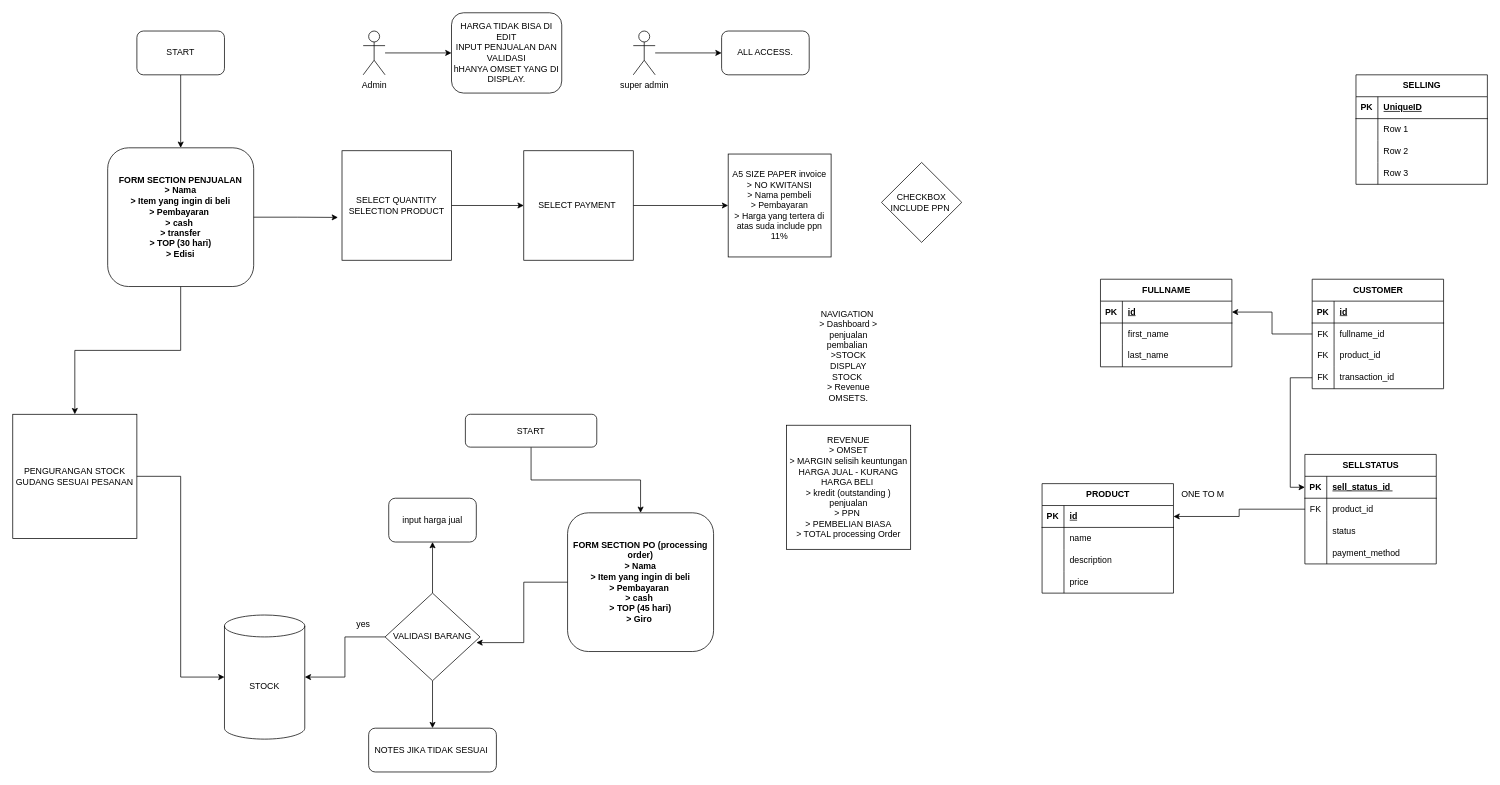
azzaky9/feature-docs keeps this draw.io diagram as flow.drawio. Above is the earlier version. Source tidied: cells renumbered, new cells numbered last; positions are measured from the earlier drawing's top-left corner, leaving out a move shared by most shapes. Both pictures are drawn from the tidied source at 73%, with x=0, y=0 at pixel (12, 12).
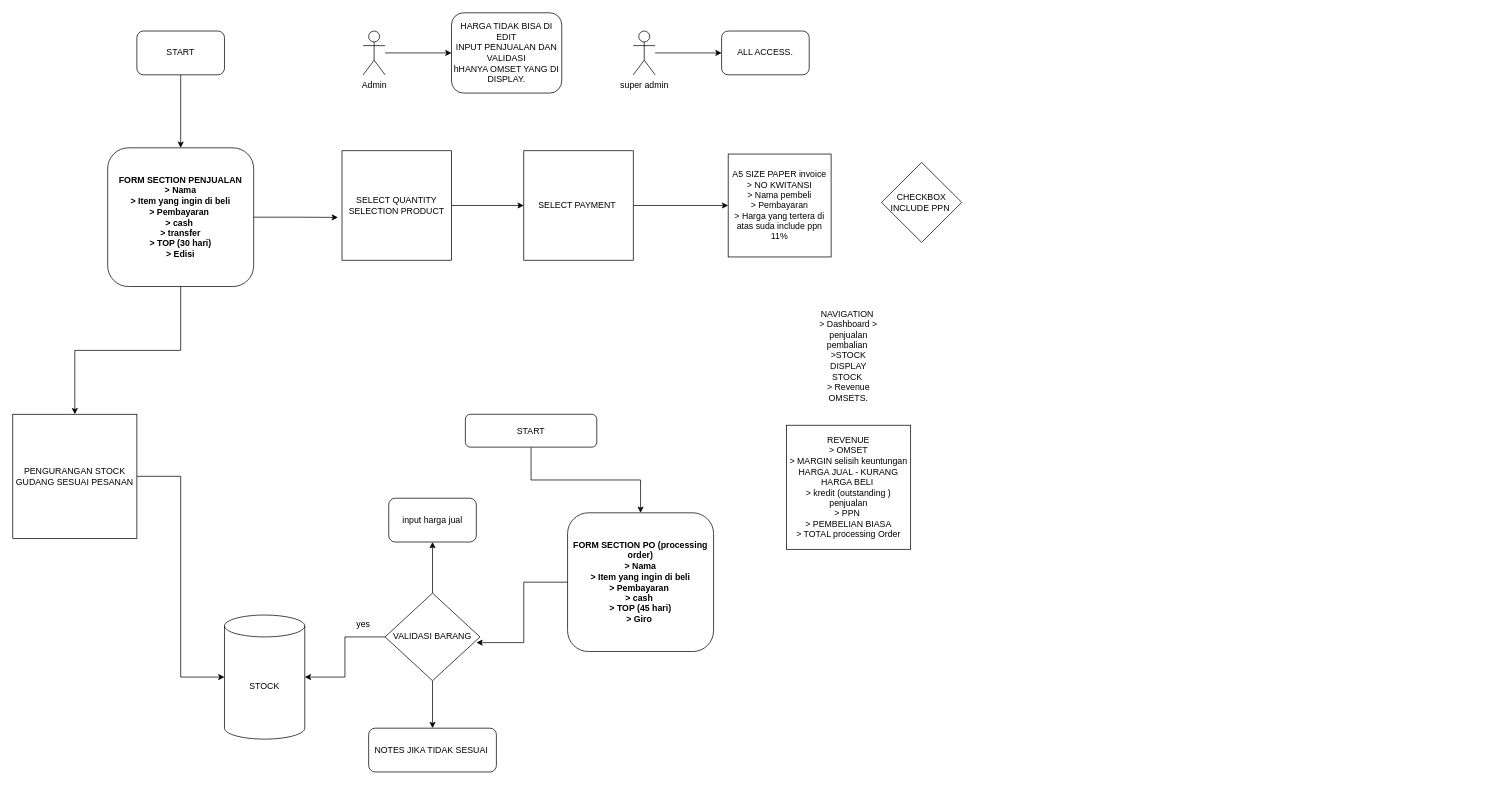
The same page after the edit.

What changed in the source:
```diff
@@
-    <mxCell id="36" style="edgeStyle=orthogonalEdgeStyle;rounded=0;jettySize=auto;html=1;entryX=1;entryY=0.5;entryDx=0;entryDy=0;" parent="1" edge="1" source="37" target="77">
-      <mxGeometry relative="1" as="geometry" />
-    </mxCell>
-    <mxCell id="37" value="CUSTOMER" style="shape=table;startSize=30;childLayout=tableLayout;rowLines=0;fontStyle=1;align=center;html=1;" parent="1" vertex="1">
-      <mxGeometry x="1780" y="365" width="180" height="150" as="geometry" />
-    </mxCell>
-    <mxCell id="38" style="shape=tableRow;horizontal=0;startSize=0;swimlaneHead=0;swimlaneBody=0;fillColor=none;top=0;left=0;right=0;bottom=1;" parent="37" vertex="1">
-      <mxGeometry y="30" width="180" height="30" as="geometry" />
-    </mxCell>
-    <mxCell id="39" value="PK" style="shape=partialRectangle;fillColor=none;top=0;left=0;bottom=0;right=0;fontStyle=1;overflow=hidden;whiteSpace=wrap;html=1;" parent="38" vertex="1">
-      <mxGeometry width="30" height="30" as="geometry" />
-    </mxCell>
-    <mxCell id="40" value="id" style="shape=partialRectangle;fillColor=none;top=0;left=0;bottom=0;right=0;align=left;spacingLeft=6;fontStyle=5;overflow=hidden;whiteSpace=wrap;html=1;" parent="38" vertex="1">
-      <mxGeometry x="30" width="150" height="30" as="geometry" />
-    </mxCell>
-    <mxCell id="41" style="shape=tableRow;horizontal=0;startSize=0;swimlaneHead=0;swimlaneBody=0;fillColor=none;top=0;left=0;right=0;bottom=0;" parent="37" vertex="1">
-      <mxGeometry y="60" width="180" height="30" as="geometry" />
-    </mxCell>
-    <mxCell id="42" value="FK" style="shape=partialRectangle;fillColor=none;top=0;left=0;bottom=0;right=0;overflow=hidden;whiteSpace=wrap;html=1;" parent="41" vertex="1">
-      <mxGeometry width="30" height="30" as="geometry" />
-    </mxCell>
-    <mxCell id="43" value="fullname_id" style="shape=partialRectangle;fillColor=none;top=0;left=0;bottom=0;right=0;align=left;spacingLeft=6;overflow=hidden;whiteSpace=wrap;html=1;" parent="41" vertex="1">
-      <mxGeometry x="30" width="150" height="30" as="geometry" />
-    </mxCell>
-    <mxCell id="44" style="shape=tableRow;horizontal=0;startSize=0;swimlaneHead=0;swimlaneBody=0;fillColor=none;top=0;left=0;right=0;bottom=0;" parent="37" vertex="1">
-      <mxGeometry y="90" width="180" height="30" as="geometry" />
-    </mxCell>
-    <mxCell id="45" value="FK" style="shape=partialRectangle;fillColor=none;top=0;left=0;bottom=0;right=0;overflow=hidden;whiteSpace=wrap;html=1;" parent="44" vertex="1">
-      <mxGeometry width="30" height="30" as="geometry" />
-    </mxCell>
-    <mxCell id="46" value="product_id" style="shape=partialRectangle;fillColor=none;top=0;left=0;bottom=0;right=0;align=left;spacingLeft=6;overflow=hidden;whiteSpace=wrap;html=1;" parent="44" vertex="1">
-      <mxGeometry x="30" width="150" height="30" as="geometry" />
-    </mxCell>
-    <mxCell id="47" style="shape=tableRow;horizontal=0;startSize=0;swimlaneHead=0;swimlaneBody=0;fillColor=none;points=[[0,0.5],[1,0.5]];portConstraint=eastwest;top=0;left=0;right=0;bottom=0;" parent="37" vertex="1">
-      <mxGeometry y="120" width="180" height="30" as="geometry" />
-    </mxCell>
-    <mxCell id="48" value="FK" style="shape=partialRectangle;fillColor=none;top=0;left=0;bottom=0;right=0;overflow=hidden;whiteSpace=wrap;html=1;" parent="47" vertex="1">
-      <mxGeometry width="30" height="30" as="geometry" />
-    </mxCell>
-    <mxCell id="49" value="transaction_id&lt;br&gt;" style="shape=partialRectangle;fillColor=none;top=0;left=0;bottom=0;right=0;align=left;spacingLeft=6;overflow=hidden;whiteSpace=wrap;html=1;" parent="47" vertex="1">
-      <mxGeometry x="30" width="150" height="30" as="geometry" />
-    </mxCell>
-    <mxCell id="50" value="PRODUCT" style="shape=table;startSize=30;childLayout=tableLayout;rowLines=0;fontStyle=1;align=center;html=1;" parent="1" vertex="1">
-      <mxGeometry x="1410" y="645" width="180" height="150" as="geometry" />
-    </mxCell>
-    <mxCell id="51" style="shape=tableRow;horizontal=0;startSize=0;swimlaneHead=0;swimlaneBody=0;fillColor=none;points=[[0,0.5],[1,0.5]];portConstraint=eastwest;top=0;left=0;right=0;bottom=1;" parent="50" vertex="1">
-      <mxGeometry y="30" width="180" height="30" as="geometry" />
-    </mxCell>
-    <mxCell id="52" value="PK" style="shape=partialRectangle;fillColor=none;top=0;left=0;bottom=0;right=0;fontStyle=1;overflow=hidden;whiteSpace=wrap;html=1;" parent="51" vertex="1">
-      <mxGeometry width="30" height="30" as="geometry" />
-    </mxCell>
-    <mxCell id="53" value="id" style="shape=partialRectangle;fillColor=none;top=0;left=0;bottom=0;right=0;align=left;spacingLeft=6;fontStyle=5;overflow=hidden;whiteSpace=wrap;html=1;" parent="51" vertex="1">
-      <mxGeometry x="30" width="150" height="30" as="geometry" />
-    </mxCell>
-    <mxCell id="54" style="shape=tableRow;horizontal=0;startSize=0;swimlaneHead=0;swimlaneBody=0;fillColor=none;top=0;left=0;right=0;bottom=0;" parent="50" vertex="1">
-      <mxGeometry y="60" width="180" height="30" as="geometry" />
-    </mxCell>
-    <mxCell id="55" style="shape=partialRectangle;fillColor=none;top=0;left=0;bottom=0;right=0;overflow=hidden;whiteSpace=wrap;html=1;" parent="54" vertex="1">
-      <mxGeometry width="30" height="30" as="geometry" />
-    </mxCell>
-    <mxCell id="56" value="name" style="shape=partialRectangle;fillColor=none;top=0;left=0;bottom=0;right=0;align=left;spacingLeft=6;overflow=hidden;whiteSpace=wrap;html=1;" parent="54" vertex="1">
-      <mxGeometry x="30" width="150" height="30" as="geometry" />
-    </mxCell>
-    <mxCell id="57" style="shape=tableRow;horizontal=0;startSize=0;swimlaneHead=0;swimlaneBody=0;fillColor=none;top=0;left=0;right=0;bottom=0;" parent="50" vertex="1">
-      <mxGeometry y="90" width="180" height="30" as="geometry" />
-    </mxCell>
-    <mxCell id="58" style="shape=partialRectangle;fillColor=none;top=0;left=0;bottom=0;right=0;overflow=hidden;whiteSpace=wrap;html=1;" parent="57" vertex="1">
-      <mxGeometry width="30" height="30" as="geometry" />
-    </mxCell>
-    <mxCell id="59" value="description" style="shape=partialRectangle;fillColor=none;top=0;left=0;bottom=0;right=0;align=left;spacingLeft=6;overflow=hidden;whiteSpace=wrap;html=1;" parent="57" vertex="1">
-      <mxGeometry x="30" width="150" height="30" as="geometry" />
-    </mxCell>
-    <mxCell id="60" style="shape=tableRow;horizontal=0;startSize=0;swimlaneHead=0;swimlaneBody=0;fillColor=none;top=0;left=0;right=0;bottom=0;" parent="50" vertex="1">
-      <mxGeometry y="120" width="180" height="30" as="geometry" />
-    </mxCell>
-    <mxCell id="61" style="shape=partialRectangle;fillColor=none;top=0;left=0;bottom=0;right=0;overflow=hidden;whiteSpace=wrap;html=1;" parent="60" vertex="1">
-      <mxGeometry width="30" height="30" as="geometry" />
-    </mxCell>
-    <mxCell id="62" value="price" style="shape=partialRectangle;fillColor=none;top=0;left=0;bottom=0;right=0;align=left;spacingLeft=6;overflow=hidden;whiteSpace=wrap;html=1;" parent="60" vertex="1">
-      <mxGeometry x="30" width="150" height="30" as="geometry" />
-    </mxCell>
-    <mxCell id="63" value="SELLING" style="shape=table;startSize=30;childLayout=tableLayout;rowLines=0;fontStyle=1;align=center;html=1;" parent="1" vertex="1">
-      <mxGeometry x="1840" y="85" width="180" height="150" as="geometry" />
-    </mxCell>
-    <mxCell id="64" style="shape=tableRow;horizontal=0;startSize=0;swimlaneHead=0;swimlaneBody=0;fillColor=none;top=0;left=0;right=0;bottom=1;" parent="63" vertex="1">
-      <mxGeometry y="30" width="180" height="30" as="geometry" />
-    </mxCell>
-    <mxCell id="65" value="PK" style="shape=partialRectangle;fillColor=none;top=0;left=0;bottom=0;right=0;fontStyle=1;overflow=hidden;whiteSpace=wrap;html=1;" parent="64" vertex="1">
-      <mxGeometry width="30" height="30" as="geometry" />
-    </mxCell>
-    <mxCell id="66" value="UniqueID" style="shape=partialRectangle;fillColor=none;top=0;left=0;bottom=0;right=0;align=left;spacingLeft=6;fontStyle=5;overflow=hidden;whiteSpace=wrap;html=1;" parent="64" vertex="1">
-      <mxGeometry x="30" width="150" height="30" as="geometry" />
-    </mxCell>
-    <mxCell id="67" style="shape=tableRow;horizontal=0;startSize=0;swimlaneHead=0;swimlaneBody=0;fillColor=none;top=0;left=0;right=0;bottom=0;" parent="63" vertex="1">
-      <mxGeometry y="60" width="180" height="30" as="geometry" />
-    </mxCell>
-    <mxCell id="68" style="shape=partialRectangle;fillColor=none;top=0;left=0;bottom=0;right=0;overflow=hidden;whiteSpace=wrap;html=1;" parent="67" vertex="1">
-      <mxGeometry width="30" height="30" as="geometry" />
-    </mxCell>
-    <mxCell id="69" value="Row 1" style="shape=partialRectangle;fillColor=none;top=0;left=0;bottom=0;right=0;align=left;spacingLeft=6;overflow=hidden;whiteSpace=wrap;html=1;" parent="67" vertex="1">
-      <mxGeometry x="30" width="150" height="30" as="geometry" />
-    </mxCell>
-    <mxCell id="70" style="shape=tableRow;horizontal=0;startSize=0;swimlaneHead=0;swimlaneBody=0;fillColor=none;top=0;left=0;right=0;bottom=0;" parent="63" vertex="1">
-      <mxGeometry y="90" width="180" height="30" as="geometry" />
-    </mxCell>
-    <mxCell id="71" style="shape=partialRectangle;fillColor=none;top=0;left=0;bottom=0;right=0;overflow=hidden;whiteSpace=wrap;html=1;" parent="70" vertex="1">
-      <mxGeometry width="30" height="30" as="geometry" />
-    </mxCell>
-    <mxCell id="72" value="Row 2" style="shape=partialRectangle;fillColor=none;top=0;left=0;bottom=0;right=0;align=left;spacingLeft=6;overflow=hidden;whiteSpace=wrap;html=1;" parent="70" vertex="1">
-      <mxGeometry x="30" width="150" height="30" as="geometry" />
-    </mxCell>
-    <mxCell id="73" style="shape=tableRow;horizontal=0;startSize=0;swimlaneHead=0;swimlaneBody=0;fillColor=none;top=0;left=0;right=0;bottom=0;" parent="63" vertex="1">
-      <mxGeometry y="120" width="180" height="30" as="geometry" />
-    </mxCell>
-    <mxCell id="74" style="shape=partialRectangle;fillColor=none;top=0;left=0;bottom=0;right=0;overflow=hidden;whiteSpace=wrap;html=1;" parent="73" vertex="1">
-      <mxGeometry width="30" height="30" as="geometry" />
-    </mxCell>
-    <mxCell id="75" value="Row 3" style="shape=partialRectangle;fillColor=none;top=0;left=0;bottom=0;right=0;align=left;spacingLeft=6;overflow=hidden;whiteSpace=wrap;html=1;" parent="73" vertex="1">
-      <mxGeometry x="30" width="150" height="30" as="geometry" />
-    </mxCell>
-    <mxCell id="76" value="FULLNAME" style="shape=table;startSize=30;childLayout=tableLayout;rowLines=0;fontStyle=1;align=center;html=1;" parent="1" vertex="1">
-      <mxGeometry x="1490" y="365" width="180" height="120" as="geometry" />
-    </mxCell>
-    <mxCell id="77" style="shape=tableRow;horizontal=0;startSize=0;swimlaneHead=0;swimlaneBody=0;fillColor=none;points=[[0,0.5],[1,0.5]];portConstraint=eastwest;top=0;left=0;right=0;bottom=1;" parent="76" vertex="1">
-      <mxGeometry y="30" width="180" height="30" as="geometry" />
-    </mxCell>
-    <mxCell id="78" value="PK" style="shape=partialRectangle;fillColor=none;top=0;left=0;bottom=0;right=0;fontStyle=1;overflow=hidden;whiteSpace=wrap;html=1;" parent="77" vertex="1">
-      <mxGeometry width="30" height="30" as="geometry" />
-    </mxCell>
-    <mxCell id="79" value="id" style="shape=partialRectangle;fillColor=none;top=0;left=0;bottom=0;right=0;align=left;spacingLeft=6;fontStyle=5;overflow=hidden;whiteSpace=wrap;html=1;" parent="77" vertex="1">
-      <mxGeometry x="30" width="150" height="30" as="geometry" />
-    </mxCell>
-    <mxCell id="80" style="shape=tableRow;horizontal=0;startSize=0;swimlaneHead=0;swimlaneBody=0;fillColor=none;top=0;left=0;right=0;bottom=0;" parent="76" vertex="1">
-      <mxGeometry y="60" width="180" height="30" as="geometry" />
-    </mxCell>
-    <mxCell id="81" style="shape=partialRectangle;fillColor=none;top=0;left=0;bottom=0;right=0;overflow=hidden;whiteSpace=wrap;html=1;" parent="80" vertex="1">
-      <mxGeometry width="30" height="30" as="geometry" />
-    </mxCell>
-    <mxCell id="82" value="first_name&amp;nbsp;" style="shape=partialRectangle;fillColor=none;top=0;left=0;bottom=0;right=0;align=left;spacingLeft=6;overflow=hidden;whiteSpace=wrap;html=1;" parent="80" vertex="1">
-      <mxGeometry x="30" width="150" height="30" as="geometry" />
-    </mxCell>
-    <mxCell id="83" style="shape=tableRow;horizontal=0;startSize=0;swimlaneHead=0;swimlaneBody=0;fillColor=none;top=0;left=0;right=0;bottom=0;" parent="76" vertex="1">
-      <mxGeometry y="90" width="180" height="30" as="geometry" />
-    </mxCell>
-    <mxCell id="84" style="shape=partialRectangle;fillColor=none;top=0;left=0;bottom=0;right=0;overflow=hidden;whiteSpace=wrap;html=1;" parent="83" vertex="1">
-      <mxGeometry width="30" height="30" as="geometry" />
-    </mxCell>
-    <mxCell id="85" value="last_name" style="shape=partialRectangle;fillColor=none;top=0;left=0;bottom=0;right=0;align=left;spacingLeft=6;overflow=hidden;whiteSpace=wrap;html=1;" parent="83" vertex="1">
-      <mxGeometry x="30" width="150" height="30" as="geometry" />
-    </mxCell>
-    <mxCell id="86" value="SELLSTATUS" style="shape=table;startSize=30;childLayout=tableLayout;rowLines=0;fontStyle=1;align=center;html=1;" parent="1" vertex="1">
-      <mxGeometry x="1770" y="605" width="180" height="150" as="geometry" />
-    </mxCell>
-    <mxCell id="87" style="shape=tableRow;horizontal=0;startSize=0;swimlaneHead=0;swimlaneBody=0;fillColor=none;points=[[0,0.5],[1,0.5]];portConstraint=eastwest;top=0;left=0;right=0;bottom=1;" parent="86" vertex="1">
-      <mxGeometry y="30" width="180" height="30" as="geometry" />
-    </mxCell>
-    <mxCell id="88" value="PK" style="shape=partialRectangle;fillColor=none;top=0;left=0;bottom=0;right=0;fontStyle=1;overflow=hidden;whiteSpace=wrap;html=1;" parent="87" vertex="1">
-      <mxGeometry width="30" height="30" as="geometry" />
-    </mxCell>
-    <mxCell id="89" value="sell_status_id&amp;nbsp;" style="shape=partialRectangle;fillColor=none;top=0;left=0;bottom=0;right=0;align=left;spacingLeft=6;fontStyle=5;overflow=hidden;whiteSpace=wrap;html=1;" parent="87" vertex="1">
-      <mxGeometry x="30" width="150" height="30" as="geometry" />
-    </mxCell>
-    <mxCell id="90" style="shape=tableRow;horizontal=0;startSize=0;swimlaneHead=0;swimlaneBody=0;fillColor=none;points=[[0,0.5],[1,0.5]];portConstraint=eastwest;top=0;left=0;right=0;bottom=0;" parent="86" vertex="1">
-      <mxGeometry y="60" width="180" height="30" as="geometry" />
-    </mxCell>
-    <mxCell id="91" value="FK" style="shape=partialRectangle;fillColor=none;top=0;left=0;bottom=0;right=0;overflow=hidden;whiteSpace=wrap;html=1;" parent="90" vertex="1">
-      <mxGeometry width="30" height="30" as="geometry" />
-    </mxCell>
-    <mxCell id="92" value="product_id" style="shape=partialRectangle;fillColor=none;top=0;left=0;bottom=0;right=0;align=left;spacingLeft=6;overflow=hidden;whiteSpace=wrap;html=1;" parent="90" vertex="1">
-      <mxGeometry x="30" width="150" height="30" as="geometry" />
-    </mxCell>
-    <mxCell id="93" style="shape=tableRow;horizontal=0;startSize=0;swimlaneHead=0;swimlaneBody=0;fillColor=none;top=0;left=0;right=0;bottom=0;" parent="86" vertex="1">
-      <mxGeometry y="90" width="180" height="30" as="geometry" />
-    </mxCell>
-    <mxCell id="94" style="shape=partialRectangle;fillColor=none;top=0;left=0;bottom=0;right=0;overflow=hidden;whiteSpace=wrap;html=1;" parent="93" vertex="1">
-      <mxGeometry width="30" height="30" as="geometry" />
-    </mxCell>
-    <mxCell id="95" value="status" style="shape=partialRectangle;fillColor=none;top=0;left=0;bottom=0;right=0;align=left;spacingLeft=6;overflow=hidden;whiteSpace=wrap;html=1;" parent="93" vertex="1">
-      <mxGeometry x="30" width="150" height="30" as="geometry" />
-    </mxCell>
-    <mxCell id="96" style="shape=tableRow;horizontal=0;startSize=0;swimlaneHead=0;swimlaneBody=0;fillColor=none;top=0;left=0;right=0;bottom=0;" parent="86" vertex="1">
-      <mxGeometry y="120" width="180" height="30" as="geometry" />
-    </mxCell>
-    <mxCell id="97" style="shape=partialRectangle;fillColor=none;top=0;left=0;bottom=0;right=0;overflow=hidden;whiteSpace=wrap;html=1;" parent="96" vertex="1">
-      <mxGeometry width="30" height="30" as="geometry" />
-    </mxCell>
-    <mxCell id="98" value="payment_method" style="shape=partialRectangle;fillColor=none;top=0;left=0;bottom=0;right=0;align=left;spacingLeft=6;overflow=hidden;whiteSpace=wrap;html=1;" parent="96" vertex="1">
-      <mxGeometry x="30" width="150" height="30" as="geometry" />
-    </mxCell>
-    <mxCell id="99" style="edgeStyle=orthogonalEdgeStyle;rounded=0;jettySize=auto;html=1;entryX=1;entryY=0.5;entryDx=0;entryDy=0;" parent="1" edge="1" source="90" target="51">
-      <mxGeometry relative="1" as="geometry" />
-    </mxCell>
-    <mxCell id="100" style="edgeStyle=orthogonalEdgeStyle;rounded=0;jettySize=auto;html=1;entryX=0;entryY=0.5;entryDx=0;entryDy=0;" parent="1" edge="1" source="47" target="87">
-      <mxGeometry relative="1" as="geometry" />
-    </mxCell>
-    <mxCell id="101" value="ONE TO M" style="text;html=1;align=center;verticalAlign=middle;strokeColor=none;fillColor=none;" parent="1" vertex="1">
-      <mxGeometry x="1590" y="645" width="80" height="30" as="geometry" />
-    </mxCell>
```
